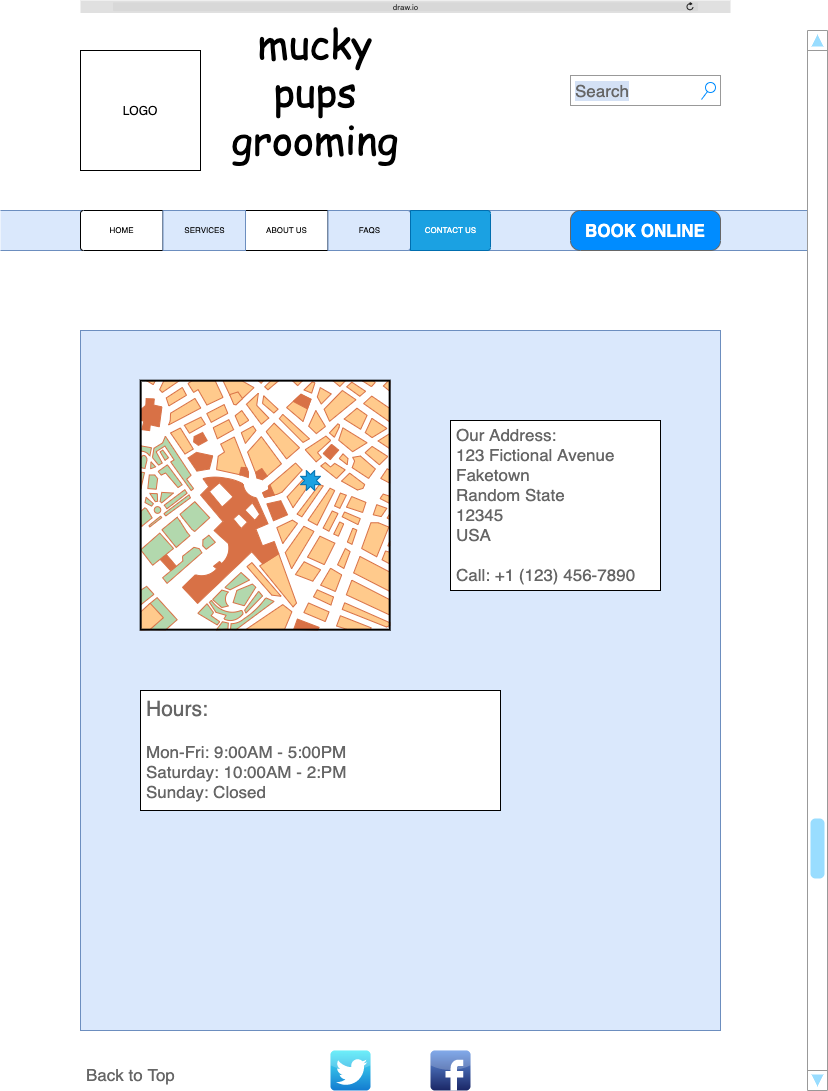
The draw.io diagram WireFrames/Contact Us.png in scottietex/scottietex.github.io, before a commit. Source tidied: cells renumbered, new cells last; positions are measured from the earlier drawing's top-left corner, leaving out a move shared by most shapes.
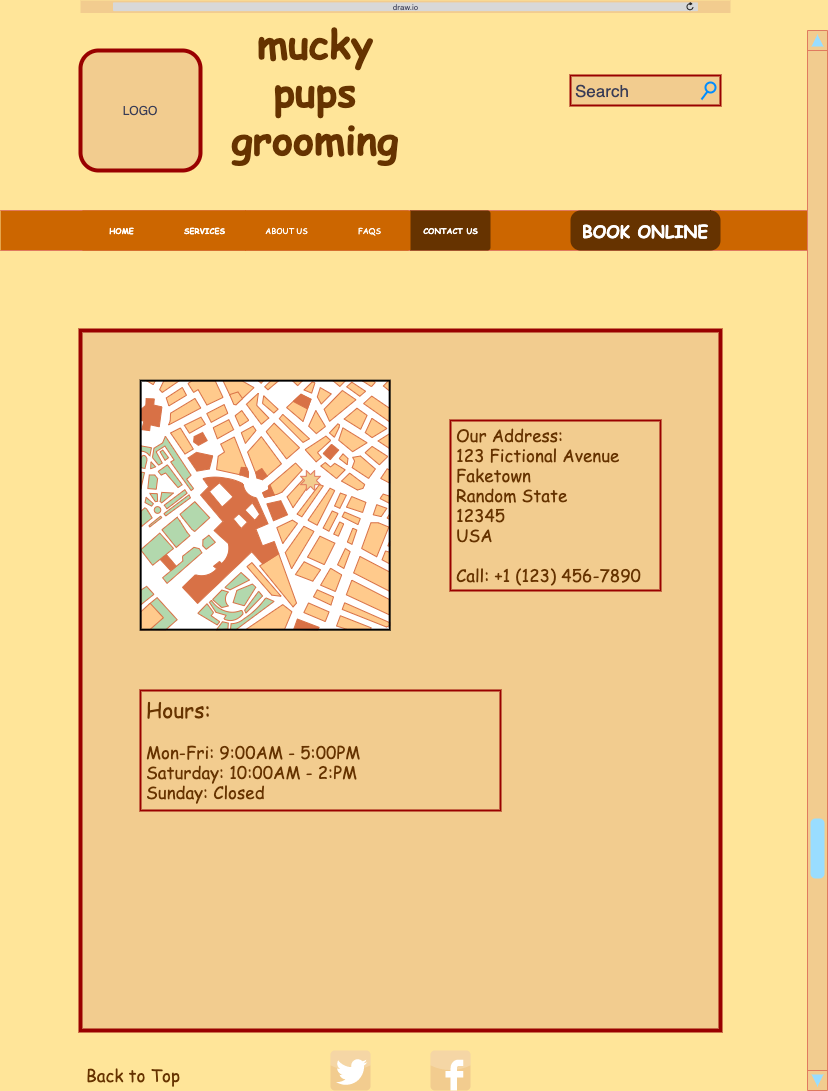
The same file after the commit.

What changed in the source:
```diff
@@ -1,68 +1,68 @@
-<mxGraphModel background="#FFFFFF">
+<mxGraphModel background="#FFE599">
   <root>
     <mxCell id="0" />
     <mxCell id="1" parent="0" />
-    <mxCell id="2" style="verticalLabelPosition=bottom;verticalAlign=top;html=1;shape=mxgraph.basic.rect;fillColor2=none;strokeWidth=1;size=20;indent=5;labelBackgroundColor=none;fillColor=#dae8fc;fontFamily=Comic Sans MS;fontSize=20;align=center;strokeColor=#6c8ebf;" parent="1" vertex="1">
+    <mxCell id="2" style="verticalLabelPosition=bottom;verticalAlign=top;html=1;shape=mxgraph.basic.rect;fillColor2=none;strokeWidth=4;size=20;indent=5;labelBackgroundColor=none;fillColor=#F2CC8F;fontFamily=Comic Sans MS;fontSize=20;align=center;fontColor=#663300;strokeColor=#990000;" parent="1" vertex="1">
       <mxGeometry x="80" y="330" width="640" height="700" as="geometry" />
     </mxCell>
-    <mxCell id="3" style="shape=partialRectangle;whiteSpace=wrap;html=1;left=0;right=0;fillColor=#dae8fc;labelBackgroundColor=#D4E1F5;fontFamily=Comic Sans MS;fontSize=26;strokeColor=#6c8ebf;" parent="1" vertex="1">
+    <mxCell id="3" style="shape=partialRectangle;whiteSpace=wrap;html=1;left=0;right=0;fontFamily=Comic Sans MS;fontSize=26;strokeColor=#E07A5F;labelBackgroundColor=#CC6600;fontColor=#393C56;fillColor=#CC6600;" parent="1" vertex="1">
       <mxGeometry y="210" width="810" height="40" as="geometry" />
     </mxCell>
-    <mxCell id="4" value="mucky&lt;br style=&quot;font-size: 40px;&quot;&gt;pups&lt;br style=&quot;font-size: 40px;&quot;&gt;grooming" style="text;html=1;strokeColor=none;fillColor=none;align=center;verticalAlign=middle;whiteSpace=wrap;rounded=0;fontFamily=Comic Sans MS;fontSize=40;" parent="1" vertex="1">
+    <mxCell id="4" value="mucky&lt;br style=&quot;font-size: 40px;&quot;&gt;pups&lt;br style=&quot;font-size: 40px;&quot;&gt;grooming" style="text;html=1;strokeColor=none;fillColor=none;align=center;verticalAlign=middle;whiteSpace=wrap;rounded=0;fontFamily=Comic Sans MS;fontSize=40;fontStyle=1;fontColor=#663300;" parent="1" vertex="1">
       <mxGeometry x="140" y="25" width="350" height="130" as="geometry" />
     </mxCell>
-    <mxCell id="5" value="LOGO" style="whiteSpace=wrap;html=1;" parent="1" vertex="1">
+    <mxCell id="5" value="LOGO" style="whiteSpace=wrap;html=1;fillColor=#F2CC8F;fontColor=#393C56;strokeColor=#990000;strokeWidth=4;rounded=1;" parent="1" vertex="1">
       <mxGeometry x="80" y="50" width="120" height="120" as="geometry" />
     </mxCell>
-    <mxCell id="6" style="html=1;strokeWidth=1;shadow=0;dashed=0;shape=mxgraph.ios7ui.rrect;rSize=3;fontFamily=Comic Sans MS;fontSize=35;labelBorderColor=#000000;fillColor=#dae8fc;strokeColor=#6c8ebf;" parent="1" vertex="1">
+    <mxCell id="6" style="html=1;strokeWidth=1;shadow=0;dashed=0;shape=mxgraph.ios7ui.rrect;rSize=3;fontFamily=Comic Sans MS;fontSize=35;labelBorderColor=#000000;fontColor=#393C56;strokeColor=none;fillColor=none;" parent="1" vertex="1">
       <mxGeometry x="80" y="210" width="330" height="40" as="geometry" />
     </mxCell>
-    <mxCell id="7" value="HOME" style="html=1;strokeWidth=1;shadow=0;dashed=0;shape=mxgraph.ios7ui.leftButton;rSize=3;fontSize=8;labelBackgroundColor=none;" parent="6" vertex="1">
+    <mxCell id="7" value="HOME" style="html=1;strokeWidth=1;shadow=0;dashed=0;shape=mxgraph.ios7ui.leftButton;rSize=3;fontSize=8;labelBackgroundColor=none;fillColor=#CC6600;fontFamily=Comic Sans MS;fontStyle=1;fontColor=#FFFFFF;strokeColor=none;" parent="6" vertex="1">
       <mxGeometry width="82.5" height="40" as="geometry" />
     </mxCell>
-    <mxCell id="8" value="ABOUT US" style="html=1;strokeWidth=1;shadow=0;dashed=0;shape=mxgraph.ios7ui.rrect;rSize=0;fontSize=8;" parent="6" vertex="1">
+    <mxCell id="8" value="ABOUT US" style="html=1;strokeWidth=1;shadow=0;dashed=0;shape=mxgraph.ios7ui.rrect;rSize=0;fontSize=8;fillColor=#CC6600;fontFamily=Comic Sans MS;fontColor=#FFFFFF;strokeColor=none;" parent="6" vertex="1">
       <mxGeometry x="165" width="82.5" height="40" as="geometry" />
     </mxCell>
-    <mxCell id="9" value="FAQS" style="strokeColor=#6c8ebf;fillColor=#dae8fc;html=1;strokeWidth=1;shadow=0;dashed=0;shape=mxgraph.ios7ui.rightButton;rSize=3;fontSize=8;labelBorderColor=none;" parent="6" vertex="1">
+    <mxCell id="9" value="FAQS" style="html=1;strokeWidth=1;shadow=0;dashed=0;shape=mxgraph.ios7ui.rightButton;rSize=3;fontSize=8;labelBorderColor=none;fillColor=#CC6600;fontFamily=Comic Sans MS;fontColor=#FFFFFF;strokeColor=none;" parent="6" vertex="1">
       <mxGeometry x="247.5" width="82.5" height="40" as="geometry" />
     </mxCell>
-    <mxCell id="10" value="SERVICES" style="html=1;strokeWidth=1;shadow=0;dashed=0;shape=mxgraph.ios7ui.rrect;rSize=0;strokeColor=#6c8ebf;fontSize=8;labelBackgroundColor=none;fillColor=#dae8fc;" parent="6" vertex="1">
+    <mxCell id="10" value="SERVICES" style="html=1;strokeWidth=1;shadow=0;dashed=0;shape=mxgraph.ios7ui.rrect;rSize=0;fontSize=8;labelBackgroundColor=none;fillColor=#CC6600;fontFamily=Comic Sans MS;fontStyle=1;fontColor=#FFFFFF;strokeColor=none;" parent="6" vertex="1">
       <mxGeometry x="82.5" width="82.5" height="40" as="geometry" />
     </mxCell>
-    <mxCell id="11" value="draw.io" style="html=1;strokeWidth=1;shadow=0;dashed=0;shape=mxgraph.ios7ui.url;fillColor=#e0e0e0;strokeColor=#c0c0c0;buttonText=;strokeColor2=#222222;fontColor=#222222;fontSize=8;spacingTop=2;align=center;" parent="1" vertex="1">
+    <mxCell id="11" value="draw.io" style="html=1;strokeWidth=1;shadow=0;dashed=0;shape=mxgraph.ios7ui.url;fillColor=#F2CC8F;strokeColor=#E07A5F;buttonText=;strokeColor2=#222222;fontColor=#393C56;fontSize=8;spacingTop=2;align=center;" parent="1" vertex="1">
       <mxGeometry x="80" width="650" height="12.5" as="geometry" />
     </mxCell>
-    <mxCell id="12" value="CONTACT US" style="strokeColor=#006EAF;fillColor=#1ba1e2;html=1;strokeWidth=1;shadow=0;dashed=0;shape=mxgraph.ios7ui.rightButton;rSize=3;fontSize=8;fontColor=#ffffff;" parent="1" vertex="1">
+    <mxCell id="12" value="CONTACT US" style="html=1;strokeWidth=1;shadow=0;dashed=0;shape=mxgraph.ios7ui.rightButton;rSize=3;fontSize=8;fillColor=#663300;fontColor=#FFFFFF;fontFamily=Comic Sans MS;fontStyle=1;strokeColor=none;" parent="1" vertex="1">
       <mxGeometry x="410" y="210" width="80" height="40" as="geometry" />
     </mxCell>
-    <mxCell id="13" value="Search" style="strokeWidth=1;shadow=0;dashed=0;align=center;html=1;shape=mxgraph.mockup.forms.searchBox;strokeColor=#999999;mainText=;strokeColor2=#008cff;fontColor=#666666;fontSize=17;align=left;spacingLeft=3;labelBackgroundColor=#D4E1F5;fillColor=#ffffff;" parent="1" vertex="1">
+    <mxCell id="13" value="Search" style="strokeWidth=2;shadow=0;dashed=0;align=center;html=1;shape=mxgraph.mockup.forms.searchBox;mainText=;strokeColor2=#008cff;fontColor=#393C56;fontSize=17;align=left;spacingLeft=3;fillColor=#F2CC8F;labelBackgroundColor=none;strokeColor=#990000;" parent="1" vertex="1">
       <mxGeometry x="570" y="75" width="150" height="30" as="geometry" />
     </mxCell>
-    <mxCell id="14" style="verticalLabelPosition=bottom;shadow=0;dashed=0;align=center;html=1;verticalAlign=top;strokeWidth=1;shape=mxgraph.mockup.navigation.scrollBar;strokeColor=#999999;barPos=20;fillColor2=#99ddff;strokeColor2=none;direction=north;labelBackgroundColor=#D4E1F5;fillColor=#ffffff;fontFamily=Comic Sans MS;fontSize=26;fontColor=#000000;" parent="1" vertex="1">
+    <mxCell id="14" style="verticalLabelPosition=bottom;shadow=0;dashed=0;align=center;html=1;verticalAlign=top;strokeWidth=1;shape=mxgraph.mockup.navigation.scrollBar;strokeColor=#E07A5F;barPos=20;fillColor2=#99ddff;strokeColor2=none;direction=north;fillColor=#F2CC8F;fontFamily=Comic Sans MS;fontSize=26;fontColor=#393C56;labelBackgroundColor=#F4F1DE;" parent="1" vertex="1">
       <mxGeometry x="807" y="30" width="20" height="1060" as="geometry" />
     </mxCell>
-    <mxCell id="15" value="BOOK ONLINE" style="strokeWidth=1;shadow=0;dashed=0;align=center;html=1;shape=mxgraph.mockup.buttons.button;strokeColor=#666666;fontColor=#ffffff;mainText=;buttonStyle=round;fontSize=17;fontStyle=1;fillColor=#008cff;whiteSpace=wrap;labelBackgroundColor=none;" parent="1" vertex="1">
+    <mxCell id="15" value="BOOK ONLINE" style="strokeWidth=1;shadow=0;dashed=0;align=center;html=1;shape=mxgraph.mockup.buttons.button;mainText=;buttonStyle=round;fontSize=17;fontStyle=1;whiteSpace=wrap;labelBackgroundColor=none;fillColor=#663300;fontColor=#FFFFFF;fontFamily=Comic Sans MS;strokeColor=none;" parent="1" vertex="1">
       <mxGeometry x="570" y="210" width="150" height="40" as="geometry" />
     </mxCell>
-    <mxCell id="16" style="dashed=0;html=1;align=center;labelPosition=center;verticalLabelPosition=bottom;verticalAlign=top;shape=mxgraph.webicons.facebook;fillColor=#6294E4;gradientColor=#1A2665;labelBackgroundColor=none;fontFamily=Comic Sans MS;fontSize=26;fontColor=#000000;" parent="1" vertex="1">
+    <mxCell id="16" style="dashed=0;html=1;align=center;labelPosition=center;verticalLabelPosition=bottom;verticalAlign=top;shape=mxgraph.webicons.facebook;fillColor=#F2CC8F;labelBackgroundColor=none;fontFamily=Comic Sans MS;fontSize=26;fontColor=#393C56;strokeColor=#E07A5F;" parent="1" vertex="1">
       <mxGeometry x="430" y="1050" width="40" height="40" as="geometry" />
     </mxCell>
-    <mxCell id="17" style="dashed=0;html=1;align=center;labelPosition=center;verticalLabelPosition=bottom;verticalAlign=top;shape=mxgraph.webicons.twitter;fillColor=#49EAF7;gradientColor=#137BD0;labelBackgroundColor=none;fontFamily=Comic Sans MS;fontSize=26;fontColor=#000000;" parent="1" vertex="1">
+    <mxCell id="17" style="dashed=0;html=1;align=center;labelPosition=center;verticalLabelPosition=bottom;verticalAlign=top;shape=mxgraph.webicons.twitter;fillColor=#F2CC8F;labelBackgroundColor=none;fontFamily=Comic Sans MS;fontSize=26;fontColor=#393C56;strokeColor=#E07A5F;" parent="1" vertex="1">
       <mxGeometry x="330" y="1050" width="40" height="40" as="geometry" />
     </mxCell>
-    <mxCell id="18" value="Back to Top" style="strokeWidth=1;shadow=0;dashed=0;align=center;html=1;shape=mxgraph.mockup.text.textBox;fontColor=#666666;align=left;fontSize=17;spacingLeft=4;spacingTop=-3;mainText=;labelBackgroundColor=none;fillColor=#ffffff;strokeColor=none;" parent="1" vertex="1">
+    <mxCell id="18" value="Back to Top" style="strokeWidth=1;shadow=0;dashed=0;align=center;html=1;shape=mxgraph.mockup.text.textBox;align=left;fontSize=17;spacingLeft=4;spacingTop=-3;mainText=;labelBackgroundColor=none;strokeColor=none;fillColor=none;fontFamily=Comic Sans MS;fontColor=#663300;" parent="1" vertex="1">
       <mxGeometry x="80" y="1060" width="150" height="30" as="geometry" />
     </mxCell>
-    <mxCell id="19" style="verticalLabelPosition=bottom;shadow=0;dashed=0;align=center;html=1;verticalAlign=top;strokeWidth=1;shape=mxgraph.mockup.misc.map;labelBackgroundColor=none;fillColor=#ffffff;fontFamily=Comic Sans MS;fontSize=20;fontColor=#000000;" parent="1" vertex="1">
+    <mxCell id="19" style="verticalLabelPosition=bottom;shadow=0;dashed=0;align=center;html=1;verticalAlign=top;strokeWidth=4;shape=mxgraph.mockup.misc.map;labelBackgroundColor=none;fillColor=#F2CC8F;fontFamily=Comic Sans MS;fontSize=20;fontColor=#393C56;strokeColor=#990000;" parent="1" vertex="1">
       <mxGeometry x="140" y="380" width="250" height="250" as="geometry" />
     </mxCell>
-    <mxCell id="20" value="Our Address:&lt;br&gt;123 Fictional Avenue&lt;br&gt;Faketown&lt;br&gt;Random State&lt;br&gt;12345&lt;br&gt;USA&lt;br&gt;&lt;br&gt;Call: +1 (123) 456-7890" style="strokeWidth=1;shadow=0;dashed=0;align=center;html=1;shape=mxgraph.mockup.text.textBox;fontColor=#666666;align=left;fontSize=17;spacingLeft=4;spacingTop=-3;mainText=;labelBackgroundColor=none;fillColor=#ffffff;" parent="1" vertex="1">
+    <mxCell id="20" value="Our Address:&lt;br&gt;123 Fictional Avenue&lt;br&gt;Faketown&lt;br&gt;Random State&lt;br&gt;12345&lt;br&gt;USA&lt;br&gt;&lt;br&gt;Call: +1 (123) 456-7890" style="strokeWidth=2;shadow=0;dashed=0;align=center;html=1;shape=mxgraph.mockup.text.textBox;align=left;fontSize=17;spacingLeft=4;spacingTop=-3;mainText=;labelBackgroundColor=none;fillColor=#F2CC8F;strokeColor=#990000;fontFamily=Comic Sans MS;fontColor=#663300;" parent="1" vertex="1">
       <mxGeometry x="450" y="420" width="210" height="170" as="geometry" />
     </mxCell>
-    <mxCell id="21" value="&lt;font style=&quot;font-size: 21px&quot;&gt;Hours:&lt;br&gt;&lt;/font&gt;&lt;br&gt;Mon-Fri: 9:00AM - 5:00PM&lt;br&gt;Saturday: 10:00AM - 2:PM&lt;br&gt;Sunday: Closed" style="strokeWidth=1;shadow=0;dashed=0;align=center;html=1;shape=mxgraph.mockup.text.textBox;fontColor=#666666;align=left;fontSize=17;spacingLeft=4;spacingTop=-3;mainText=;labelBackgroundColor=none;fillColor=#ffffff;" parent="1" vertex="1">
+    <mxCell id="21" value="&lt;font style=&quot;font-size: 21px&quot;&gt;Hours:&lt;br&gt;&lt;/font&gt;&lt;br&gt;Mon-Fri: 9:00AM - 5:00PM&lt;br&gt;Saturday: 10:00AM - 2:PM&lt;br&gt;Sunday: Closed" style="strokeWidth=2;shadow=0;dashed=0;align=center;html=1;shape=mxgraph.mockup.text.textBox;align=left;fontSize=17;spacingLeft=4;spacingTop=-3;mainText=;labelBackgroundColor=none;fillColor=#F2CC8F;strokeColor=#990000;fontColor=#663300;fontFamily=Comic Sans MS;" parent="1" vertex="1">
       <mxGeometry x="140" y="690" width="360" height="120" as="geometry" />
     </mxCell>
-    <mxCell id="22" style="verticalLabelPosition=bottom;verticalAlign=top;html=1;shape=mxgraph.basic.8_point_star;labelBackgroundColor=none;strokeColor=#006EAF;fillColor=#1ba1e2;fontFamily=Comic Sans MS;fontSize=20;fontColor=#ffffff;align=center;" parent="1" vertex="1">
+    <mxCell id="22" style="verticalLabelPosition=bottom;verticalAlign=top;html=1;shape=mxgraph.basic.8_point_star;labelBackgroundColor=none;strokeColor=#E07A5F;fillColor=#F2CC8F;fontFamily=Comic Sans MS;fontSize=20;fontColor=#393C56;align=center;" parent="1" vertex="1">
       <mxGeometry x="300" y="470" width="20" height="20" as="geometry" />
     </mxCell>
   </root>
```
